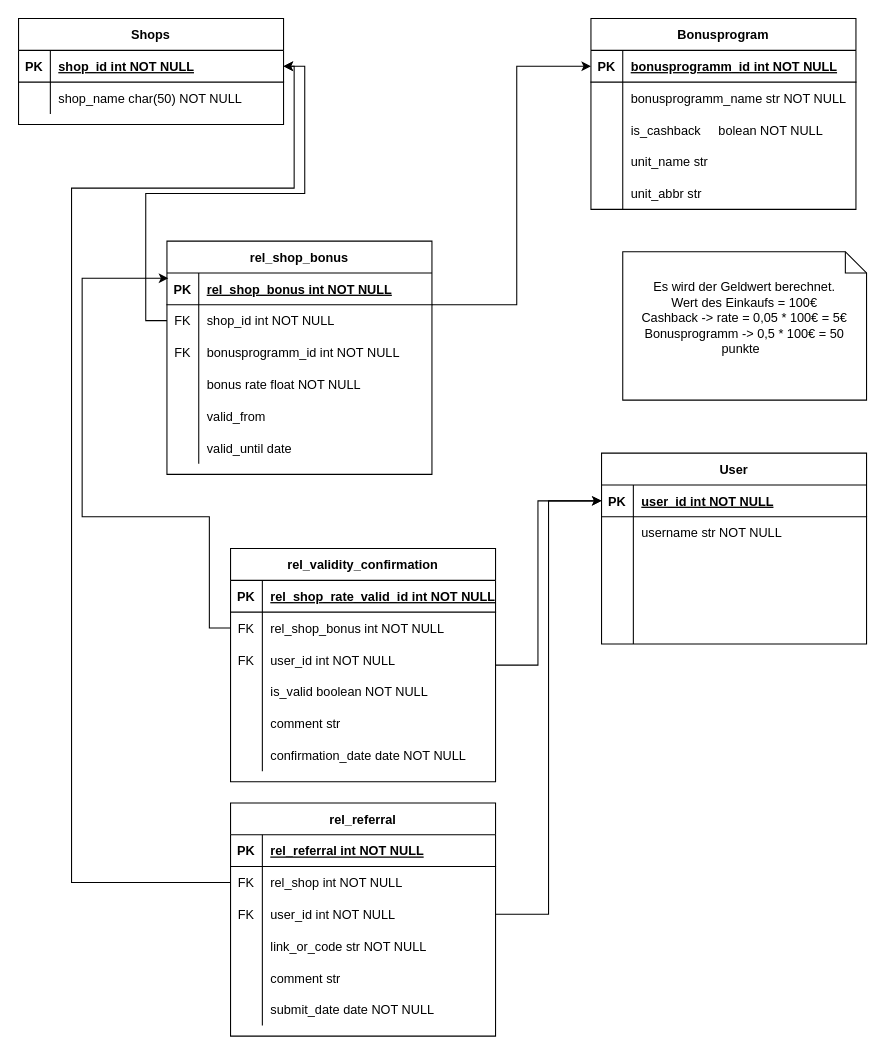
Before: er_diagram.drawio in kduchrow/shopbuddy, a draw.io diagram. Source tidied: cells renumbered, new cells numbered last; positions are measured from the earlier drawing's top-left corner, leaving out a move shared by most shapes. Both pictures are drawn from the tidied source at 106%, with x=0, y=0 at pixel (18, 18).
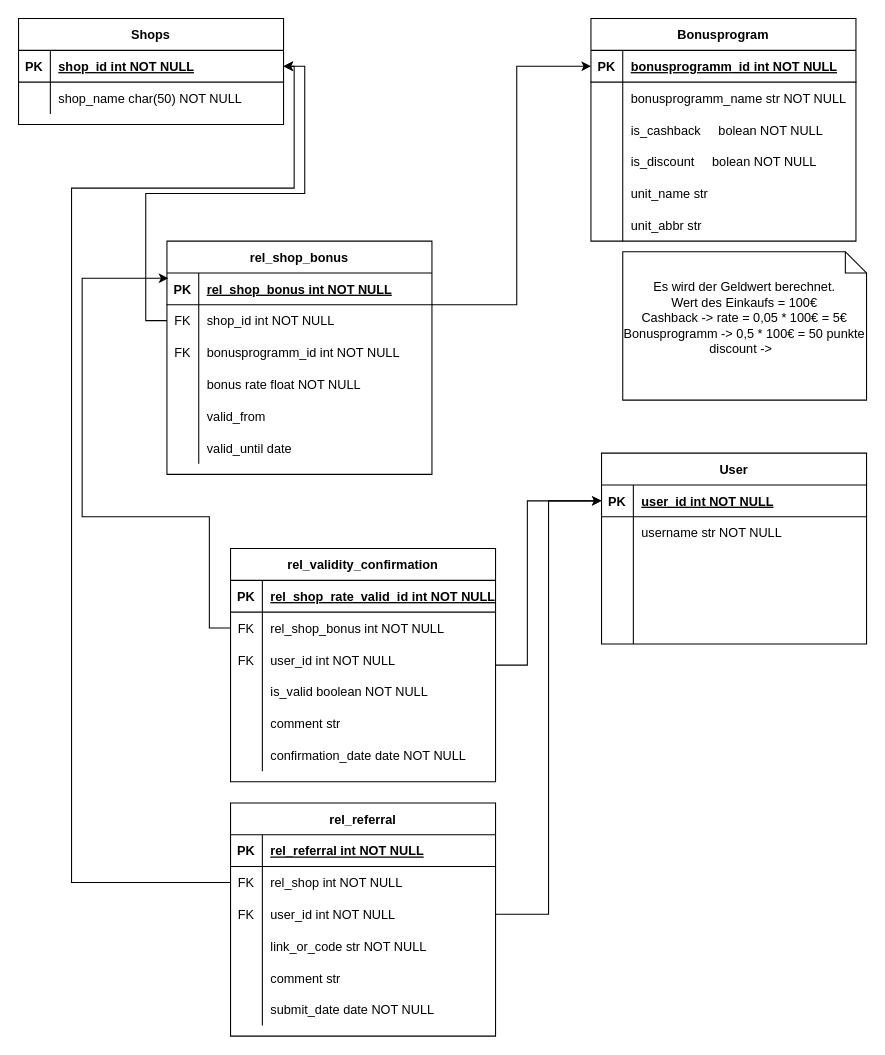
The same diagram, later.

Unchanged cells that the change refers to:
```xml
<mxCell id="49" style="shape=partialRectangle;fillColor=none;points=[[0,0.5],[1,0.5]];portConstraint=eastwest;top=0;left=0;right=0;bottom=1;" parent="48" vertex="1">
  <mxGeometry y="30" width="250" height="30" as="geometry" />
</mxCell>
<mxCell id="65" value="rel_validity_confirmation" style="shape=table;startSize=30;childLayout=tableLayout;rowLines=0;fontStyle=1;align=center;" parent="1" vertex="1">
  <mxGeometry x="200" y="500" width="250" height="220" as="geometry" />
</mxCell>
```

Change to the diagram source:
```diff
@@
     <mxCell id="2" value="Bonusprogram" style="shape=table;startSize=30;childLayout=tableLayout;rowLines=0;fontStyle=1;align=center;" parent="1" vertex="1">
-      <mxGeometry x="540" width="250" height="180" as="geometry" />
+      <mxGeometry x="540" width="250" height="210" as="geometry" />
     </mxCell>
@@
+    <mxCell id="106" style="shape=partialRectangle;fillColor=none;top=0;left=0;right=0;bottom=0;" parent="2" vertex="1">
+      <mxGeometry y="120" width="250" height="30" as="geometry" />
+    </mxCell>
+    <mxCell id="107" style="shape=partialRectangle;overflow=hidden;fillColor=none;top=0;left=0;bottom=0;right=0;" parent="106" vertex="1">
+      <mxGeometry width="30" height="30" as="geometry" />
+    </mxCell>
+    <mxCell id="108" value="is_discount     bolean NOT NULL    " style="shape=partialRectangle;overflow=hidden;fillColor=none;top=0;left=0;bottom=0;right=0;align=left;spacingLeft=6;" parent="106" vertex="1">
+      <mxGeometry x="30" width="220" height="30" as="geometry" />
+    </mxCell>
     <mxCell id="12" style="shape=partialRectangle;fillColor=none;top=0;left=0;right=0;bottom=0;" parent="2" vertex="1">
-      <mxGeometry y="120" width="250" height="30" as="geometry" />
+      <mxGeometry y="150" width="250" height="30" as="geometry" />
     </mxCell>
@@
     <mxCell id="15" style="shape=partialRectangle;fillColor=none;top=0;left=0;right=0;bottom=0;" parent="2" vertex="1">
-      <mxGeometry y="150" width="250" height="30" as="geometry" />
+      <mxGeometry y="180" width="250" height="30" as="geometry" />
     </mxCell>
@@
-    <mxCell id="46" value="Es wird der Geldwert berechnet.&lt;div&gt;Wert des Einkaufs = 100€&lt;br&gt;Cashback -&amp;gt; rate = 0,05 * 100€ = 5€&lt;/div&gt;&lt;div&gt;Bonusprogramm -&amp;gt; 0,5 * 100€ = 50 punkte&amp;nbsp;&amp;nbsp;&lt;div&gt;&lt;br&gt;&lt;/div&gt;&lt;/div&gt;" style="shape=note;size=20;whiteSpace=wrap;html=1;" parent="1" vertex="1">
+    <mxCell id="46" value="Es wird der Geldwert berechnet.&lt;div&gt;Wert des Einkaufs = 100€&lt;br&gt;Cashback -&amp;gt; rate = 0,05 * 100€ = 5€&lt;/div&gt;&lt;div&gt;Bonusprogramm -&amp;gt; 0,5 * 100€ = 50 punkte&lt;/div&gt;&lt;div&gt;&lt;span style=&quot;background-color: initial;&quot;&gt;discount -&amp;gt;&amp;nbsp;&amp;nbsp;&lt;/span&gt;&lt;/div&gt;&lt;div&gt;&lt;div&gt;&lt;br&gt;&lt;/div&gt;&lt;/div&gt;" style="shape=note;size=20;whiteSpace=wrap;html=1;" parent="1" vertex="1">
       <mxGeometry x="570" y="220" width="230" height="140" as="geometry" />
     </mxCell>
@@
     <mxCell id="64" style="edgeStyle=orthogonalEdgeStyle;rounded=0;jettySize=auto;html=1;entryX=0;entryY=0.5;entryDx=0;entryDy=0;" parent="1" edge="1" source="65" target="49">
       <mxGeometry relative="1" as="geometry">
         <Array as="points">
-          <mxPoint x="490" y="610" />
-          <mxPoint x="490" y="455" />
+          <mxPoint x="480" y="610" />
+          <mxPoint x="480" y="455" />
         </Array>
       </mxGeometry>
     </mxCell>
```
